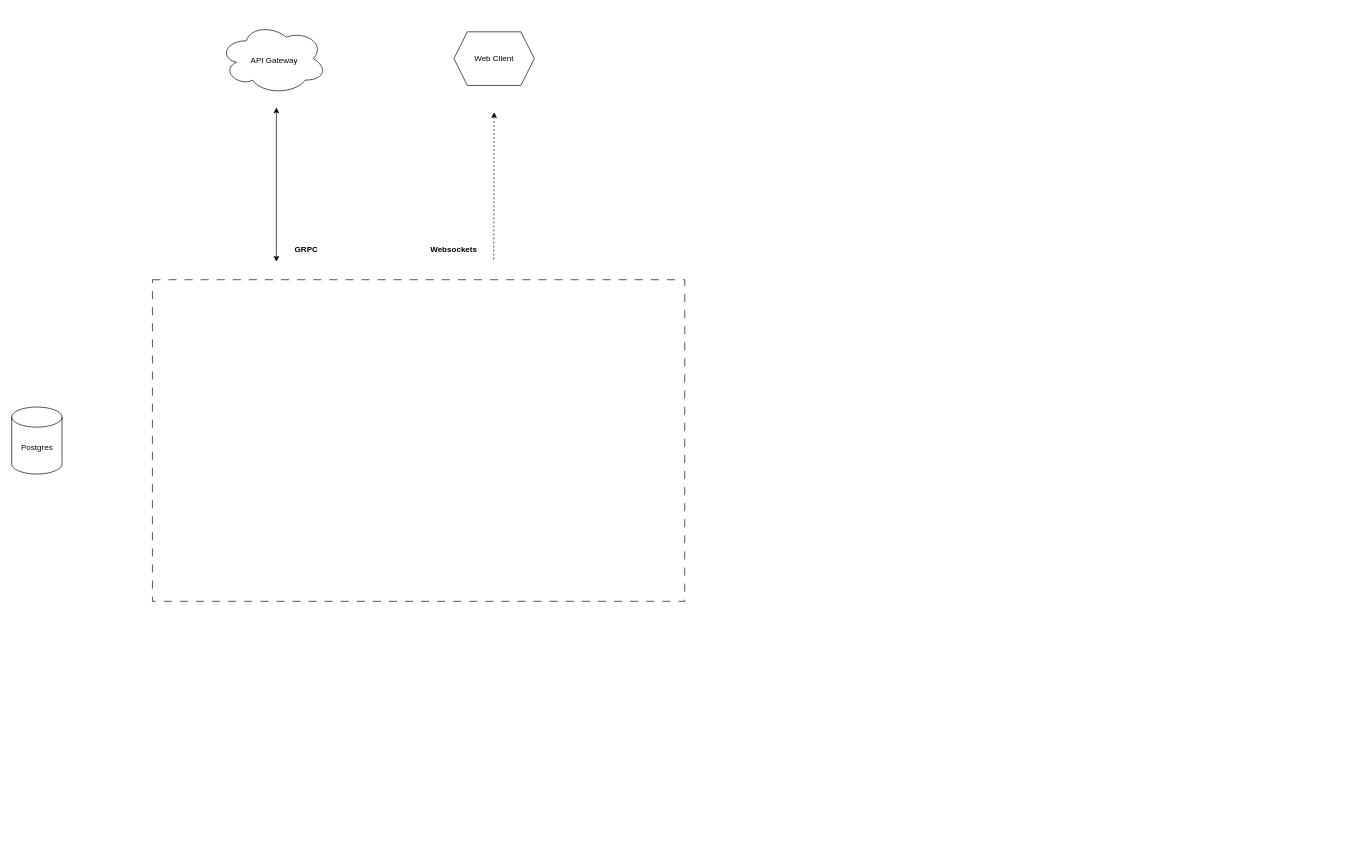
usepaladin/event-discovery-database keeps this draw.io diagram as diagrams/Flow.drawio. Above is the earlier version. Source tidied: cells renumbered, new cells numbered last; positions are measured from the earlier drawing's top-left corner, leaving out a move shared by most shapes. Both pictures are drawn from the tidied source at 67%, with x=0, y=0 at pixel (11, 23).
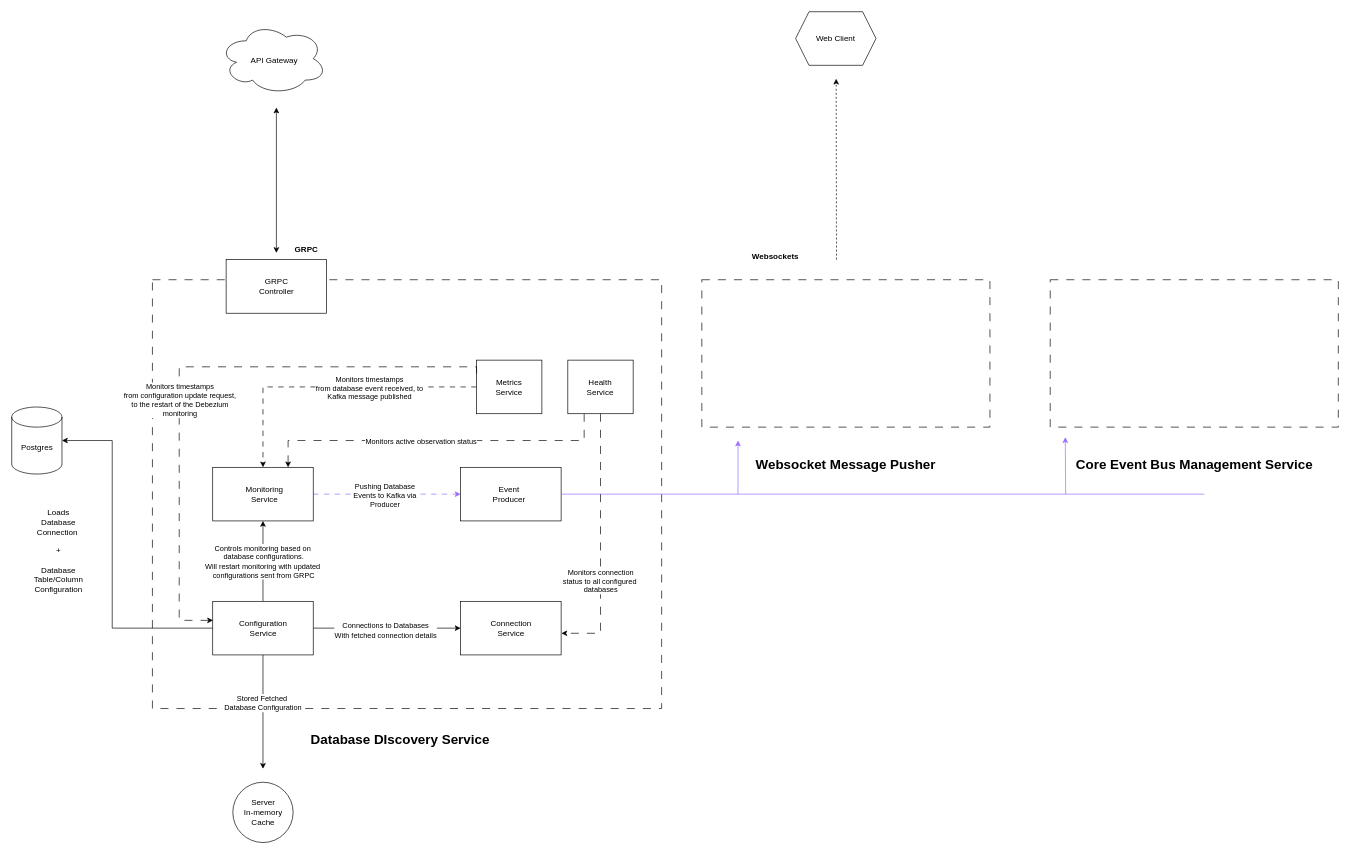
Above is the later version.

Unchanged cells that the change refers to:
```xml
<mxCell id="6" style="shape=cylinder3;whiteSpace=wrap;html=1;boundedLbl=1;backgroundOutline=1;size=15;" parent="5" vertex="1">
  <mxGeometry width="75" height="100" as="geometry" />
</mxCell>
```

What changed in the source:
```diff
@@
-    <mxCell id="4" style="shape=hexagon;perimeter=hexagonPerimeter2;whiteSpace=wrap;html=1;fixedSize=1;" parent="1" vertex="1">
-      <mxGeometry x="660" y="13" width="120" height="80" as="geometry" />
-    </mxCell>
@@
-    <mxCell id="8" value="Web Client" style="text;html=1;align=center;verticalAlign=middle;whiteSpace=wrap;rounded=0;" parent="1" vertex="1">
-      <mxGeometry x="680" y="38" width="80" height="30" as="geometry" />
-    </mxCell>
     <mxCell id="9" style="whiteSpace=wrap;html=1;fillColor=none;dashed=1;dashPattern=12 12;" parent="1" vertex="1">
-      <mxGeometry x="210" y="383" width="794.5" height="480" as="geometry" />
+      <mxGeometry x="210" y="383" width="760" height="640" as="geometry" />
     </mxCell>
     <mxCell id="10" style="endArrow=classic;startArrow=classic;html=1;rounded=0;" parent="1" edge="1">
       <mxGeometry relative="1" as="geometry">
-        <mxPoint x="395" y="356" as="sourcePoint" />
+        <mxPoint x="395" y="343" as="sourcePoint" />
         <mxPoint x="395" y="126" as="targetPoint" />
       </mxGeometry>
     </mxCell>
     <mxCell id="11" style="endArrow=classic;html=1;rounded=0;dashed=1;" parent="1" edge="1">
       <mxGeometry relative="1" as="geometry">
-        <mxPoint x="719.5" y="353" as="sourcePoint" />
-        <mxPoint x="720" y="133" as="targetPoint" />
+        <mxPoint x="1231" y="353" as="sourcePoint" />
+        <mxPoint x="1230.5" y="83" as="targetPoint" />
       </mxGeometry>
     </mxCell>
@@
     <mxCell id="13" value="&lt;b&gt;Websockets&lt;/b&gt;" style="text;html=1;align=center;verticalAlign=middle;whiteSpace=wrap;rounded=0;" parent="1" vertex="1">
-      <mxGeometry x="620" y="323" width="80" height="30" as="geometry" />
+      <mxGeometry x="1100" y="333" width="80" height="30" as="geometry" />
     </mxCell>
+    <mxCell id="14" style="whiteSpace=wrap;html=1;" parent="1" vertex="1">
+      <mxGeometry x="320" y="353" width="150" height="80" as="geometry" />
+    </mxCell>
+    <mxCell id="15" style="edgeStyle=orthogonalEdgeStyle;rounded=0;jettySize=auto;html=1;exitX=1;exitY=0.5;exitDx=0;exitDy=0;" parent="1" edge="1" source="21" target="23">
+      <mxGeometry relative="1" as="geometry" />
+    </mxCell>
+    <mxCell id="16" value="Connections to Databases&lt;div&gt;With fetched connection details&lt;/div&gt;" style="edgeLabel;html=1;align=center;verticalAlign=middle;" parent="15" vertex="1">
+      <mxGeometry x="-0.03" y="-3" relative="1" as="geometry" />
+    </mxCell>
+    <mxCell id="17" style="edgeStyle=orthogonalEdgeStyle;rounded=0;jettySize=auto;html=1;exitX=0.5;exitY=1;exitDx=0;exitDy=0;" parent="1" edge="1" source="21">
+      <mxGeometry relative="1" as="geometry">
+        <mxPoint x="375" y="1113" as="targetPoint" />
+      </mxGeometry>
+    </mxCell>
+    <mxCell id="18" value="Stored Fetched&amp;nbsp;&lt;div&gt;Database Configuration&lt;/div&gt;" style="edgeLabel;html=1;align=center;verticalAlign=middle;" parent="17" vertex="1">
+      <mxGeometry x="-0.17" y="-1" relative="1" as="geometry" />
+    </mxCell>
+    <mxCell id="19" style="edgeStyle=orthogonalEdgeStyle;rounded=0;jettySize=auto;html=1;exitX=0.5;exitY=0;exitDx=0;exitDy=0;entryX=0.5;entryY=1;entryDx=0;entryDy=0;" parent="1" edge="1" source="21" target="43">
+      <mxGeometry relative="1" as="geometry" />
+    </mxCell>
+    <mxCell id="20" value="Controls monitoring based on&amp;nbsp;&lt;div&gt;database configurations.&lt;/div&gt;&lt;div&gt;Will restart monitoring with updated&amp;nbsp;&lt;/div&gt;&lt;div&gt;configurations sent from GRPC&lt;/div&gt;" style="edgeLabel;html=1;align=center;verticalAlign=middle;" parent="19" vertex="1">
+      <mxGeometry x="0.12" relative="1" as="geometry">
+        <mxPoint y="7" as="offset" />
+      </mxGeometry>
+    </mxCell>
+    <mxCell id="21" style="whiteSpace=wrap;html=1;" parent="1" vertex="1">
+      <mxGeometry x="300" y="863" width="150" height="80" as="geometry" />
+    </mxCell>
+    <mxCell id="22" style="whiteSpace=wrap;html=1;" parent="1" vertex="1">
+      <mxGeometry x="670" y="663" width="150" height="80" as="geometry" />
+    </mxCell>
+    <mxCell id="23" style="whiteSpace=wrap;html=1;" parent="1" vertex="1">
+      <mxGeometry x="670" y="863" width="150" height="80" as="geometry" />
+    </mxCell>
+    <mxCell id="24" value="Configuration Service" style="text;html=1;align=center;verticalAlign=middle;whiteSpace=wrap;rounded=0;" parent="1" vertex="1">
+      <mxGeometry x="342.5" y="888" width="65" height="30" as="geometry" />
+    </mxCell>
+    <mxCell id="25" style="edgeStyle=orthogonalEdgeStyle;rounded=0;jettySize=auto;html=1;entryX=1;entryY=0.5;entryDx=0;entryDy=0;entryPerimeter=0;" parent="1" edge="1" source="21" target="6">
+      <mxGeometry relative="1" as="geometry">
+        <Array as="points">
+          <mxPoint x="150" y="903" />
+          <mxPoint x="150" y="623" />
+        </Array>
+      </mxGeometry>
+    </mxCell>
+    <mxCell id="26" value="Loads Database Connection&amp;nbsp;&lt;div&gt;&lt;br&gt;&lt;/div&gt;&lt;div&gt;+&lt;/div&gt;&lt;div&gt;&lt;br&gt;&lt;/div&gt;&lt;div&gt;Database Table/Column Configuration&lt;/div&gt;" style="text;html=1;align=center;verticalAlign=middle;whiteSpace=wrap;rounded=0;" parent="1" vertex="1">
+      <mxGeometry x="40" y="773" width="60" height="30" as="geometry" />
+    </mxCell>
+    <mxCell id="27" value="Connection Service" style="text;html=1;align=center;verticalAlign=middle;whiteSpace=wrap;rounded=0;" parent="1" vertex="1">
+      <mxGeometry x="712.5" y="888" width="65" height="30" as="geometry" />
+    </mxCell>
+    <mxCell id="28" style="ellipse;whiteSpace=wrap;html=1;" parent="1" vertex="1">
+      <mxGeometry x="330" y="1133" width="90" height="90" as="geometry" />
+    </mxCell>
+    <mxCell id="29" value="Server&lt;div&gt;In-memory Cache&lt;/div&gt;" style="text;html=1;align=center;verticalAlign=middle;whiteSpace=wrap;rounded=0;" parent="1" vertex="1">
+      <mxGeometry x="342.5" y="1163" width="65" height="30" as="geometry" />
+    </mxCell>
+    <mxCell id="30" value="GRPC Controller" style="text;html=1;align=center;verticalAlign=middle;whiteSpace=wrap;rounded=0;" parent="1" vertex="1">
+      <mxGeometry x="362.5" y="378" width="65" height="30" as="geometry" />
+    </mxCell>
+    <mxCell id="31" style="group;" parent="1" vertex="1">
+      <mxGeometry x="1160" y="-17" width="120" height="80" as="geometry" />
+    </mxCell>
+    <mxCell id="4" style="shape=hexagon;perimeter=hexagonPerimeter2;whiteSpace=wrap;html=1;fixedSize=1;" parent="31" vertex="1">
+      <mxGeometry x="10" width="120" height="80" as="geometry" />
+    </mxCell>
+    <mxCell id="8" value="Web Client" style="text;html=1;align=center;verticalAlign=middle;whiteSpace=wrap;rounded=0;" parent="31" vertex="1">
+      <mxGeometry x="30" y="25" width="80" height="30" as="geometry" />
+    </mxCell>
+    <mxCell id="32" style="whiteSpace=wrap;html=1;fillColor=none;dashed=1;dashPattern=12 12;" parent="1" vertex="1">
+      <mxGeometry x="1030" y="383" width="430" height="220" as="geometry" />
+    </mxCell>
+    <mxCell id="33" value="&lt;b&gt;Database DIscovery Service&lt;/b&gt;" style="text;html=1;align=center;verticalAlign=middle;whiteSpace=wrap;rounded=0;fontSize=20;" parent="1" vertex="1">
+      <mxGeometry x="420" y="1053" width="320" height="30" as="geometry" />
+    </mxCell>
+    <mxCell id="34" value="&lt;b&gt;Websocket Message Pusher&lt;/b&gt;" style="text;html=1;align=center;verticalAlign=middle;whiteSpace=wrap;rounded=0;fontSize=20;" parent="1" vertex="1">
+      <mxGeometry x="1085" y="643" width="320" height="30" as="geometry" />
+    </mxCell>
+    <mxCell id="35" style="whiteSpace=wrap;html=1;fillColor=none;dashed=1;dashPattern=12 12;" parent="1" vertex="1">
+      <mxGeometry x="1550" y="383" width="430" height="220" as="geometry" />
+    </mxCell>
+    <mxCell id="36" value="&lt;b&gt;Core Event Bus Management Service&lt;/b&gt;" style="text;html=1;align=center;verticalAlign=middle;whiteSpace=wrap;rounded=0;fontSize=20;" parent="1" vertex="1">
+      <mxGeometry x="1572.5" y="643" width="385" height="30" as="geometry" />
+    </mxCell>
+    <mxCell id="37" style="endArrow=none;html=1;rounded=0;fontColor=#7856FF;strokeColor=#976BFF;" parent="1" edge="1">
+      <mxGeometry relative="1" as="geometry">
+        <mxPoint x="820" y="703" as="sourcePoint" />
+        <mxPoint x="1780" y="703" as="targetPoint" />
+      </mxGeometry>
+    </mxCell>
+    <mxCell id="38" style="endArrow=classic;html=1;rounded=0;fontColor=#7856FF;strokeColor=#976BFF;" parent="1" edge="1">
+      <mxGeometry relative="1" as="geometry">
+        <mxPoint x="1084" y="703" as="sourcePoint" />
+        <mxPoint x="1084" y="623" as="targetPoint" />
+      </mxGeometry>
+    </mxCell>
+    <mxCell id="39" style="endArrow=classic;html=1;rounded=0;fontColor=#7856FF;strokeColor=#976BFF;" parent="1" edge="1">
+      <mxGeometry relative="1" as="geometry">
+        <mxPoint x="1573" y="703" as="sourcePoint" />
+        <mxPoint x="1572.5" y="618" as="targetPoint" />
+      </mxGeometry>
+    </mxCell>
+    <mxCell id="40" value="Event Producer" style="text;html=1;align=center;verticalAlign=middle;whiteSpace=wrap;rounded=0;" parent="1" vertex="1">
+      <mxGeometry x="710" y="688" width="65" height="30" as="geometry" />
+    </mxCell>
+    <mxCell id="41" style="edgeStyle=orthogonalEdgeStyle;rounded=0;jettySize=auto;html=1;entryX=0;entryY=0.5;entryDx=0;entryDy=0;strokeColor=#976BFF;dashed=1;dashPattern=8 8;" parent="1" edge="1" source="43" target="22">
+      <mxGeometry relative="1" as="geometry" />
+    </mxCell>
+    <mxCell id="42" value="Pushing Database&lt;div&gt;Events to Kafka via&lt;/div&gt;&lt;div&gt;Producer&lt;/div&gt;" style="edgeLabel;html=1;align=center;verticalAlign=middle;" parent="41" vertex="1">
+      <mxGeometry x="-0.04" y="-1" relative="1" as="geometry" />
+    </mxCell>
+    <mxCell id="43" style="whiteSpace=wrap;html=1;" parent="1" vertex="1">
+      <mxGeometry x="300" y="663" width="150" height="80" as="geometry" />
+    </mxCell>
+    <mxCell id="44" value="Monitoring Service" style="text;html=1;align=center;verticalAlign=middle;whiteSpace=wrap;rounded=0;" parent="1" vertex="1">
+      <mxGeometry x="345" y="688" width="65" height="30" as="geometry" />
+    </mxCell>
+    <mxCell id="45" style="edgeStyle=orthogonalEdgeStyle;rounded=0;jettySize=auto;html=1;entryX=0.5;entryY=0;entryDx=0;entryDy=0;exitX=0;exitY=0.5;exitDx=0;exitDy=0;dashed=1;dashPattern=8 8;" parent="1" edge="1" source="47" target="43">
+      <mxGeometry relative="1" as="geometry" />
+    </mxCell>
+    <mxCell id="46" value="Monitors timestamps&lt;div&gt;from database event received, to&lt;/div&gt;&lt;div&gt;Kafka message published&lt;/div&gt;" style="edgeLabel;html=1;align=center;verticalAlign=middle;" parent="45" vertex="1">
+      <mxGeometry x="-0.27" y="1" relative="1" as="geometry" />
+    </mxCell>
+    <mxCell id="47" style="whiteSpace=wrap;html=1;" parent="1" vertex="1">
+      <mxGeometry x="693.8" y="503" width="97.5" height="80" as="geometry" />
+    </mxCell>
+    <mxCell id="48" value="Metrics Service" style="text;html=1;align=center;verticalAlign=middle;whiteSpace=wrap;rounded=0;" parent="1" vertex="1">
+      <mxGeometry x="710" y="528" width="65" height="30" as="geometry" />
+    </mxCell>
+    <mxCell id="49" style="edgeStyle=orthogonalEdgeStyle;rounded=0;jettySize=auto;html=1;exitX=0.25;exitY=1;exitDx=0;exitDy=0;entryX=0.75;entryY=0;entryDx=0;entryDy=0;dashed=1;dashPattern=12 12;" parent="1" edge="1" source="51" target="43">
+      <mxGeometry relative="1" as="geometry" />
+    </mxCell>
+    <mxCell id="50" value="Monitors active observation status" style="edgeLabel;html=1;align=center;verticalAlign=middle;" parent="49" vertex="1">
+      <mxGeometry x="-0.04" y="-1" relative="1" as="geometry">
+        <mxPoint x="-33" y="1" as="offset" />
+      </mxGeometry>
+    </mxCell>
+    <mxCell id="51" style="whiteSpace=wrap;html=1;" parent="1" vertex="1">
+      <mxGeometry x="830" y="503" width="97.5" height="80" as="geometry" />
+    </mxCell>
+    <mxCell id="52" value="Health Service" style="text;html=1;align=center;verticalAlign=middle;whiteSpace=wrap;rounded=0;" parent="1" vertex="1">
+      <mxGeometry x="846.2" y="528" width="65" height="30" as="geometry" />
+    </mxCell>
+    <mxCell id="53" style="edgeStyle=orthogonalEdgeStyle;rounded=0;jettySize=auto;html=1;exitX=0.5;exitY=1;exitDx=0;exitDy=0;entryX=1.003;entryY=0.596;entryDx=0;entryDy=0;entryPerimeter=0;dashed=1;dashPattern=12 12;" parent="1" edge="1" source="51" target="23">
+      <mxGeometry relative="1" as="geometry" />
+    </mxCell>
+    <mxCell id="54" value="Monitors connection&lt;div&gt;status to all configured&amp;nbsp;&lt;/div&gt;&lt;div&gt;databases&lt;/div&gt;" style="edgeLabel;html=1;align=center;verticalAlign=middle;" parent="53" vertex="1">
+      <mxGeometry x="0.24" y="2" relative="1" as="geometry">
+        <mxPoint x="-2" y="11" as="offset" />
+      </mxGeometry>
+    </mxCell>
+    <mxCell id="55" style="edgeStyle=orthogonalEdgeStyle;rounded=0;jettySize=auto;html=1;exitX=0;exitY=0.25;exitDx=0;exitDy=0;entryX=0.003;entryY=0.355;entryDx=0;entryDy=0;entryPerimeter=0;dashed=1;dashPattern=12 12;" parent="1" edge="1" source="47" target="21">
+      <mxGeometry relative="1" as="geometry">
+        <Array as="points">
+          <mxPoint x="694" y="513" />
+          <mxPoint x="250" y="513" />
+          <mxPoint x="250" y="891" />
+        </Array>
+      </mxGeometry>
+    </mxCell>
+    <mxCell id="56" value="Monitors timestamps&lt;div&gt;from configuration update request,&lt;/div&gt;&lt;div&gt;to the restart of the Debezium&lt;/div&gt;&lt;div&gt;monitoring&lt;/div&gt;" style="edgeLabel;html=1;align=center;verticalAlign=middle;" parent="55" vertex="1">
+      <mxGeometry x="0.14" relative="1" as="geometry" />
+    </mxCell>
```
